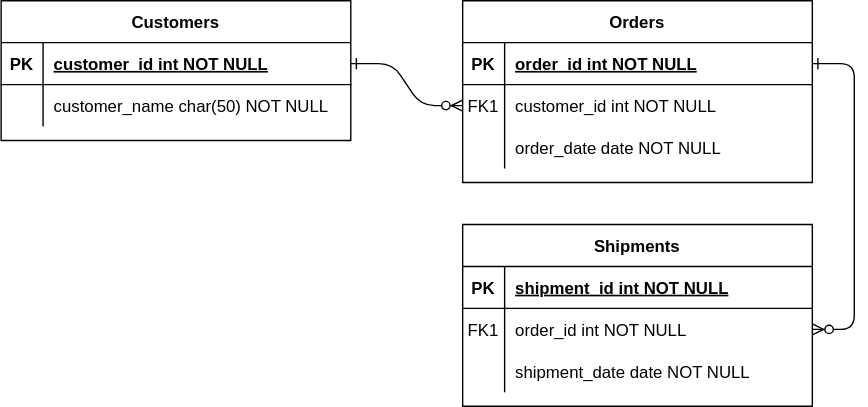
andrei-gavrila/DDB keeps this draw.io diagram as docs/diagrams/erd.drawio.svg. Above is the earlier version. Source tidied: cells renumbered, new cells last; positions are measured from the earlier drawing's top-left corner, leaving out a move shared by most shapes. The source it was exported from:
```xml
<mxGraphModel>
  <root>
    <mxCell id="0" />
    <mxCell id="1" parent="0" />
    <mxCell id="2" style="edgeStyle=entityRelationEdgeStyle;endArrow=ERzeroToMany;startArrow=ERone;endFill=1;startFill=0;" parent="1" edge="1" source="25" target="8">
      <mxGeometry relative="1" as="geometry" />
    </mxCell>
    <mxCell id="3" style="edgeStyle=entityRelationEdgeStyle;endArrow=ERzeroToMany;startArrow=ERone;endFill=1;startFill=0;" parent="1" edge="1" source="5" target="18">
      <mxGeometry relative="1" as="geometry" />
    </mxCell>
    <mxCell id="4" value="Orders" style="shape=table;startSize=30;rowLines=0;fontStyle=1;align=center;" parent="1" vertex="1">
      <mxGeometry x="330" width="250" height="130" as="geometry" />
    </mxCell>
    <mxCell id="5" style="shape=partialRectangle;fillColor=none;points=[[0,0.5],[1,0.5]];portConstraint=eastwest;top=0;left=0;right=0;bottom=1;" parent="4" vertex="1">
      <mxGeometry y="30" width="250" height="30" as="geometry" />
    </mxCell>
    <mxCell id="6" value="PK" style="shape=partialRectangle;overflow=hidden;fillColor=none;top=0;left=0;bottom=0;right=0;fontStyle=1;" parent="5" vertex="1">
      <mxGeometry width="30" height="30" as="geometry" />
    </mxCell>
    <mxCell id="7" value="order_id int NOT NULL " style="shape=partialRectangle;overflow=hidden;fillColor=none;top=0;left=0;bottom=0;right=0;align=left;spacingLeft=6;fontStyle=5;" parent="5" vertex="1">
      <mxGeometry x="30" width="220" height="30" as="geometry" />
    </mxCell>
    <mxCell id="8" style="shape=partialRectangle;fillColor=none;points=[[0,0.5],[1,0.5]];portConstraint=eastwest;top=0;left=0;right=0;bottom=0;" parent="4" vertex="1">
      <mxGeometry y="60" width="250" height="30" as="geometry" />
    </mxCell>
    <mxCell id="9" value="FK1" style="shape=partialRectangle;overflow=hidden;fillColor=none;top=0;left=0;bottom=0;right=0;" parent="8" vertex="1">
      <mxGeometry width="30" height="30" as="geometry" />
    </mxCell>
    <mxCell id="10" value="customer_id int NOT NULL" style="shape=partialRectangle;overflow=hidden;fillColor=none;top=0;left=0;bottom=0;right=0;align=left;spacingLeft=6;" parent="8" vertex="1">
      <mxGeometry x="30" width="220" height="30" as="geometry" />
    </mxCell>
    <mxCell id="11" style="shape=partialRectangle;fillColor=none;top=0;left=0;right=0;bottom=0;" parent="4" vertex="1">
      <mxGeometry y="90" width="250" height="30" as="geometry" />
    </mxCell>
    <mxCell id="12" style="shape=partialRectangle;overflow=hidden;fillColor=none;top=0;left=0;bottom=0;right=0;" parent="11" vertex="1">
      <mxGeometry width="30" height="30" as="geometry" />
    </mxCell>
    <mxCell id="13" value="order_date date NOT NULL" style="shape=partialRectangle;overflow=hidden;fillColor=none;top=0;left=0;bottom=0;right=0;align=left;spacingLeft=6;" parent="11" vertex="1">
      <mxGeometry x="30" width="220" height="30" as="geometry" />
    </mxCell>
    <mxCell id="14" value="Shipments" style="shape=table;startSize=30;rowLines=0;fontStyle=1;align=center;" parent="1" vertex="1">
      <mxGeometry x="330" y="160" width="250" height="130" as="geometry" />
    </mxCell>
    <mxCell id="15" style="shape=partialRectangle;fillColor=none;top=0;left=0;right=0;bottom=1;" parent="14" vertex="1">
      <mxGeometry y="30" width="250" height="30" as="geometry" />
    </mxCell>
    <mxCell id="16" value="PK" style="shape=partialRectangle;overflow=hidden;fillColor=none;top=0;left=0;bottom=0;right=0;fontStyle=1;" parent="15" vertex="1">
      <mxGeometry width="30" height="30" as="geometry" />
    </mxCell>
    <mxCell id="17" value="shipment_id int NOT NULL " style="shape=partialRectangle;overflow=hidden;fillColor=none;top=0;left=0;bottom=0;right=0;align=left;spacingLeft=6;fontStyle=5;" parent="15" vertex="1">
      <mxGeometry x="30" width="220" height="30" as="geometry" />
    </mxCell>
    <mxCell id="18" style="shape=partialRectangle;fillColor=none;points=[[0,0.5],[1,0.5]];portConstraint=eastwest;top=0;left=0;right=0;bottom=0;" parent="14" vertex="1">
      <mxGeometry y="60" width="250" height="30" as="geometry" />
    </mxCell>
    <mxCell id="19" value="FK1" style="shape=partialRectangle;overflow=hidden;fillColor=none;top=0;left=0;bottom=0;right=0;" parent="18" vertex="1">
      <mxGeometry width="30" height="30" as="geometry" />
    </mxCell>
    <mxCell id="20" value="order_id int NOT NULL" style="shape=partialRectangle;overflow=hidden;fillColor=none;top=0;left=0;bottom=0;right=0;align=left;spacingLeft=6;" parent="18" vertex="1">
      <mxGeometry x="30" width="220" height="30" as="geometry" />
    </mxCell>
    <mxCell id="21" style="shape=partialRectangle;fillColor=none;top=0;left=0;right=0;bottom=0;" parent="14" vertex="1">
      <mxGeometry y="90" width="250" height="30" as="geometry" />
    </mxCell>
    <mxCell id="22" style="shape=partialRectangle;overflow=hidden;fillColor=none;top=0;left=0;bottom=0;right=0;" parent="21" vertex="1">
      <mxGeometry width="30" height="30" as="geometry" />
    </mxCell>
    <mxCell id="23" value="shipment_date date NOT NULL" style="shape=partialRectangle;overflow=hidden;fillColor=none;top=0;left=0;bottom=0;right=0;align=left;spacingLeft=6;" parent="21" vertex="1">
      <mxGeometry x="30" width="220" height="30" as="geometry" />
    </mxCell>
    <mxCell id="24" value="Customers" style="shape=table;startSize=30;rowLines=0;fontStyle=1;align=center;" parent="1" vertex="1">
      <mxGeometry width="250" height="100" as="geometry" />
    </mxCell>
    <mxCell id="25" style="shape=partialRectangle;fillColor=none;points=[[0,0.5],[1,0.5]];portConstraint=eastwest;top=0;left=0;right=0;bottom=1;" parent="24" vertex="1">
      <mxGeometry y="30" width="250" height="30" as="geometry" />
    </mxCell>
    <mxCell id="26" value="PK" style="shape=partialRectangle;overflow=hidden;fillColor=none;top=0;left=0;bottom=0;right=0;fontStyle=1;" parent="25" vertex="1">
      <mxGeometry width="30" height="30" as="geometry" />
    </mxCell>
    <mxCell id="27" value="customer_id int NOT NULL " style="shape=partialRectangle;overflow=hidden;fillColor=none;top=0;left=0;bottom=0;right=0;align=left;spacingLeft=6;fontStyle=5;" parent="25" vertex="1">
      <mxGeometry x="30" width="220" height="30" as="geometry" />
    </mxCell>
    <mxCell id="28" style="shape=partialRectangle;fillColor=none;top=0;left=0;right=0;bottom=0;" parent="24" vertex="1">
      <mxGeometry y="60" width="250" height="30" as="geometry" />
    </mxCell>
    <mxCell id="29" style="shape=partialRectangle;overflow=hidden;fillColor=none;top=0;left=0;bottom=0;right=0;" parent="28" vertex="1">
      <mxGeometry width="30" height="30" as="geometry" />
    </mxCell>
    <mxCell id="30" value="customer_name char(50) NOT NULL" style="shape=partialRectangle;overflow=hidden;fillColor=none;top=0;left=0;bottom=0;right=0;align=left;spacingLeft=6;" parent="28" vertex="1">
      <mxGeometry x="30" width="220" height="30" as="geometry" />
    </mxCell>
  </root>
</mxGraphModel>
```
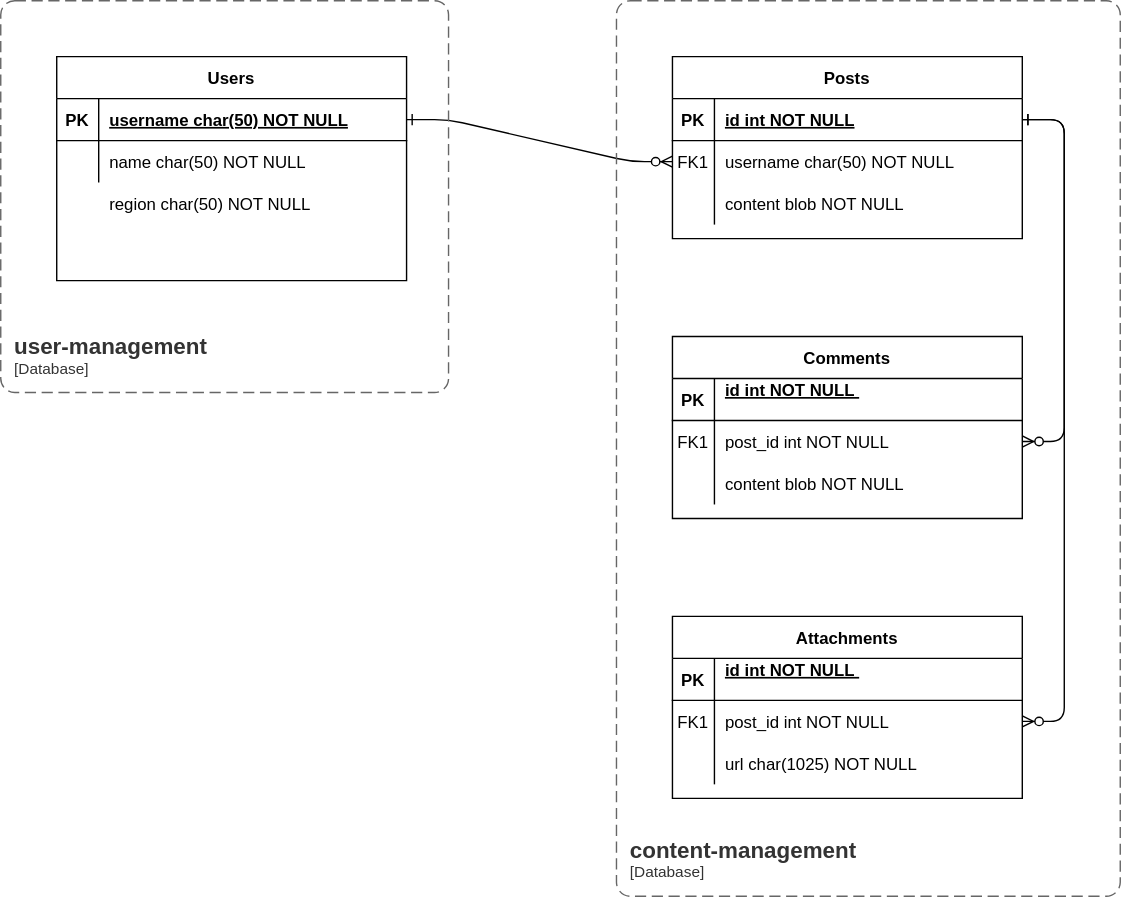
The same diagram one commit later.

Change to the diagram source:
```diff
@@ -8,8 +8,8 @@
     <mxCell id="3" style="edgeStyle=entityRelationEdgeStyle;endArrow=ERzeroToMany;startArrow=ERone;endFill=1;startFill=0;" parent="1" edge="1" source="5" target="18">
       <mxGeometry relative="1" as="geometry" />
     </mxCell>
-    <mxCell id="4" value="Orders" style="shape=table;startSize=30;rowLines=0;fontStyle=1;align=center;" parent="1" vertex="1">
-      <mxGeometry x="330" width="250" height="130" as="geometry" />
+    <mxCell id="4" value="Posts" style="shape=table;startSize=30;rowLines=0;fontStyle=1;align=center;" parent="1" vertex="1">
+      <mxGeometry x="400" y="-40" width="250" height="130" as="geometry" />
     </mxCell>
     <mxCell id="5" style="shape=partialRectangle;fillColor=none;points=[[0,0.5],[1,0.5]];portConstraint=eastwest;top=0;left=0;right=0;bottom=1;" parent="4" vertex="1">
       <mxGeometry y="30" width="250" height="30" as="geometry" />
@@ -17,7 +17,7 @@
     <mxCell id="6" value="PK" style="shape=partialRectangle;overflow=hidden;fillColor=none;top=0;left=0;bottom=0;right=0;fontStyle=1;" parent="5" vertex="1">
       <mxGeometry width="30" height="30" as="geometry" />
     </mxCell>
-    <mxCell id="7" value="order_id int NOT NULL " style="shape=partialRectangle;overflow=hidden;fillColor=none;top=0;left=0;bottom=0;right=0;align=left;spacingLeft=6;fontStyle=5;" parent="5" vertex="1">
+    <mxCell id="7" value="id int NOT NULL " style="shape=partialRectangle;overflow=hidden;fillColor=none;top=0;left=0;bottom=0;right=0;align=left;spacingLeft=6;fontStyle=5;" parent="5" vertex="1">
       <mxGeometry x="30" width="220" height="30" as="geometry" />
     </mxCell>
     <mxCell id="8" style="shape=partialRectangle;fillColor=none;points=[[0,0.5],[1,0.5]];portConstraint=eastwest;top=0;left=0;right=0;bottom=0;" parent="4" vertex="1">
@@ -26,7 +26,7 @@
     <mxCell id="9" value="FK1" style="shape=partialRectangle;overflow=hidden;fillColor=none;top=0;left=0;bottom=0;right=0;" parent="8" vertex="1">
       <mxGeometry width="30" height="30" as="geometry" />
     </mxCell>
-    <mxCell id="10" value="customer_id int NOT NULL" style="shape=partialRectangle;overflow=hidden;fillColor=none;top=0;left=0;bottom=0;right=0;align=left;spacingLeft=6;" parent="8" vertex="1">
+    <mxCell id="10" value="username char(50) NOT NULL" style="shape=partialRectangle;overflow=hidden;fillColor=none;top=0;left=0;bottom=0;right=0;align=left;spacingLeft=6;" parent="8" vertex="1">
       <mxGeometry x="30" width="220" height="30" as="geometry" />
     </mxCell>
     <mxCell id="11" style="shape=partialRectangle;fillColor=none;top=0;left=0;right=0;bottom=0;" parent="4" vertex="1">
@@ -35,11 +35,11 @@
     <mxCell id="12" style="shape=partialRectangle;overflow=hidden;fillColor=none;top=0;left=0;bottom=0;right=0;" parent="11" vertex="1">
       <mxGeometry width="30" height="30" as="geometry" />
     </mxCell>
-    <mxCell id="13" value="order_date date NOT NULL" style="shape=partialRectangle;overflow=hidden;fillColor=none;top=0;left=0;bottom=0;right=0;align=left;spacingLeft=6;" parent="11" vertex="1">
+    <mxCell id="13" value="content blob NOT NULL" style="shape=partialRectangle;overflow=hidden;fillColor=none;top=0;left=0;bottom=0;right=0;align=left;spacingLeft=6;" parent="11" vertex="1">
       <mxGeometry x="30" width="220" height="30" as="geometry" />
     </mxCell>
-    <mxCell id="14" value="Shipments" style="shape=table;startSize=30;rowLines=0;fontStyle=1;align=center;" parent="1" vertex="1">
-      <mxGeometry x="330" y="160" width="250" height="130" as="geometry" />
+    <mxCell id="14" value="Comments" style="shape=table;startSize=30;rowLines=0;fontStyle=1;align=center;" parent="1" vertex="1">
+      <mxGeometry x="400" y="160" width="250" height="130" as="geometry" />
     </mxCell>
     <mxCell id="15" style="shape=partialRectangle;fillColor=none;top=0;left=0;right=0;bottom=1;" parent="14" vertex="1">
       <mxGeometry y="30" width="250" height="30" as="geometry" />
@@ -47,7 +47,7 @@
     <mxCell id="16" value="PK" style="shape=partialRectangle;overflow=hidden;fillColor=none;top=0;left=0;bottom=0;right=0;fontStyle=1;" parent="15" vertex="1">
       <mxGeometry width="30" height="30" as="geometry" />
     </mxCell>
-    <mxCell id="17" value="shipment_id int NOT NULL " style="shape=partialRectangle;overflow=hidden;fillColor=none;top=0;left=0;bottom=0;right=0;align=left;spacingLeft=6;fontStyle=5;" parent="15" vertex="1">
+    <mxCell id="17" value="id int NOT NULL &#10;" style="shape=partialRectangle;overflow=hidden;fillColor=none;top=0;left=0;bottom=0;right=0;align=left;spacingLeft=6;fontStyle=5;" parent="15" vertex="1">
       <mxGeometry x="30" width="220" height="30" as="geometry" />
     </mxCell>
     <mxCell id="18" style="shape=partialRectangle;fillColor=none;points=[[0,0.5],[1,0.5]];portConstraint=eastwest;top=0;left=0;right=0;bottom=0;" parent="14" vertex="1">
@@ -56,7 +56,7 @@
     <mxCell id="19" value="FK1" style="shape=partialRectangle;overflow=hidden;fillColor=none;top=0;left=0;bottom=0;right=0;" parent="18" vertex="1">
       <mxGeometry width="30" height="30" as="geometry" />
     </mxCell>
-    <mxCell id="20" value="order_id int NOT NULL" style="shape=partialRectangle;overflow=hidden;fillColor=none;top=0;left=0;bottom=0;right=0;align=left;spacingLeft=6;" parent="18" vertex="1">
+    <mxCell id="20" value="post_id int NOT NULL" style="shape=partialRectangle;overflow=hidden;fillColor=none;top=0;left=0;bottom=0;right=0;align=left;spacingLeft=6;" parent="18" vertex="1">
       <mxGeometry x="30" width="220" height="30" as="geometry" />
     </mxCell>
     <mxCell id="21" style="shape=partialRectangle;fillColor=none;top=0;left=0;right=0;bottom=0;" parent="14" vertex="1">
@@ -65,11 +65,11 @@
     <mxCell id="22" style="shape=partialRectangle;overflow=hidden;fillColor=none;top=0;left=0;bottom=0;right=0;" parent="21" vertex="1">
       <mxGeometry width="30" height="30" as="geometry" />
     </mxCell>
-    <mxCell id="23" value="shipment_date date NOT NULL" style="shape=partialRectangle;overflow=hidden;fillColor=none;top=0;left=0;bottom=0;right=0;align=left;spacingLeft=6;" parent="21" vertex="1">
+    <mxCell id="23" value="content blob NOT NULL" style="shape=partialRectangle;overflow=hidden;fillColor=none;top=0;left=0;bottom=0;right=0;align=left;spacingLeft=6;" parent="21" vertex="1">
       <mxGeometry x="30" width="220" height="30" as="geometry" />
     </mxCell>
-    <mxCell id="24" value="Customers" style="shape=table;startSize=30;rowLines=0;fontStyle=1;align=center;" parent="1" vertex="1">
-      <mxGeometry width="250" height="100" as="geometry" />
+    <mxCell id="24" value="Users" style="shape=table;startSize=30;rowLines=0;fontStyle=1;align=center;" parent="1" vertex="1">
+      <mxGeometry x="-40" y="-40" width="250" height="160" as="geometry" />
     </mxCell>
     <mxCell id="25" style="shape=partialRectangle;fillColor=none;points=[[0,0.5],[1,0.5]];portConstraint=eastwest;top=0;left=0;right=0;bottom=1;" parent="24" vertex="1">
       <mxGeometry y="30" width="250" height="30" as="geometry" />
@@ -77,7 +77,7 @@
     <mxCell id="26" value="PK" style="shape=partialRectangle;overflow=hidden;fillColor=none;top=0;left=0;bottom=0;right=0;fontStyle=1;" parent="25" vertex="1">
       <mxGeometry width="30" height="30" as="geometry" />
     </mxCell>
-    <mxCell id="27" value="customer_id int NOT NULL " style="shape=partialRectangle;overflow=hidden;fillColor=none;top=0;left=0;bottom=0;right=0;align=left;spacingLeft=6;fontStyle=5;" parent="25" vertex="1">
+    <mxCell id="27" value="username char(50) NOT NULL " style="shape=partialRectangle;overflow=hidden;fillColor=none;top=0;left=0;bottom=0;right=0;align=left;spacingLeft=6;fontStyle=5;" parent="25" vertex="1">
       <mxGeometry x="30" width="220" height="30" as="geometry" />
     </mxCell>
     <mxCell id="28" style="shape=partialRectangle;fillColor=none;top=0;left=0;right=0;bottom=0;" parent="24" vertex="1">
@@ -86,8 +86,65 @@
     <mxCell id="29" style="shape=partialRectangle;overflow=hidden;fillColor=none;top=0;left=0;bottom=0;right=0;" parent="28" vertex="1">
       <mxGeometry width="30" height="30" as="geometry" />
     </mxCell>
-    <mxCell id="30" value="customer_name char(50) NOT NULL" style="shape=partialRectangle;overflow=hidden;fillColor=none;top=0;left=0;bottom=0;right=0;align=left;spacingLeft=6;" parent="28" vertex="1">
+    <mxCell id="30" value="name char(50) NOT NULL" style="shape=partialRectangle;overflow=hidden;fillColor=none;top=0;left=0;bottom=0;right=0;align=left;spacingLeft=6;" parent="28" vertex="1">
       <mxGeometry x="30" width="220" height="30" as="geometry" />
     </mxCell>
+    <mxCell id="31" style="shape=partialRectangle;fillColor=none;top=0;left=0;right=0;bottom=0;" parent="1" vertex="1">
+      <mxGeometry x="-40" y="50" width="250" height="30" as="geometry" />
+    </mxCell>
+    <mxCell id="32" style="shape=partialRectangle;overflow=hidden;fillColor=none;top=0;left=0;bottom=0;right=0;" parent="31" vertex="1">
+      <mxGeometry width="30" height="30" as="geometry" />
+    </mxCell>
+    <mxCell id="33" value="region char(50) NOT NULL" style="shape=partialRectangle;overflow=hidden;fillColor=none;top=0;left=0;bottom=0;right=0;align=left;spacingLeft=6;" parent="31" vertex="1">
+      <mxGeometry x="30" width="220" height="30" as="geometry" />
+    </mxCell>
+    <mxCell id="34" value="Attachments" style="shape=table;startSize=30;rowLines=0;fontStyle=1;align=center;" parent="1" vertex="1">
+      <mxGeometry x="400" y="360" width="250" height="130" as="geometry" />
+    </mxCell>
+    <mxCell id="35" style="shape=partialRectangle;fillColor=none;top=0;left=0;right=0;bottom=1;" parent="34" vertex="1">
+      <mxGeometry y="30" width="250" height="30" as="geometry" />
+    </mxCell>
+    <mxCell id="36" value="PK" style="shape=partialRectangle;overflow=hidden;fillColor=none;top=0;left=0;bottom=0;right=0;fontStyle=1;" parent="35" vertex="1">
+      <mxGeometry width="30" height="30" as="geometry" />
+    </mxCell>
+    <mxCell id="37" value="id int NOT NULL &#10;" style="shape=partialRectangle;overflow=hidden;fillColor=none;top=0;left=0;bottom=0;right=0;align=left;spacingLeft=6;fontStyle=5;" parent="35" vertex="1">
+      <mxGeometry x="30" width="220" height="30" as="geometry" />
+    </mxCell>
+    <mxCell id="38" style="shape=partialRectangle;fillColor=none;points=[[0,0.5],[1,0.5]];portConstraint=eastwest;top=0;left=0;right=0;bottom=0;" parent="34" vertex="1">
+      <mxGeometry y="60" width="250" height="30" as="geometry" />
+    </mxCell>
+    <mxCell id="39" value="FK1" style="shape=partialRectangle;overflow=hidden;fillColor=none;top=0;left=0;bottom=0;right=0;" parent="38" vertex="1">
+      <mxGeometry width="30" height="30" as="geometry" />
+    </mxCell>
+    <mxCell id="40" value="post_id int NOT NULL" style="shape=partialRectangle;overflow=hidden;fillColor=none;top=0;left=0;bottom=0;right=0;align=left;spacingLeft=6;" parent="38" vertex="1">
+      <mxGeometry x="30" width="220" height="30" as="geometry" />
+    </mxCell>
+    <mxCell id="41" style="shape=partialRectangle;fillColor=none;top=0;left=0;right=0;bottom=0;" parent="34" vertex="1">
+      <mxGeometry y="90" width="250" height="30" as="geometry" />
+    </mxCell>
+    <mxCell id="42" style="shape=partialRectangle;overflow=hidden;fillColor=none;top=0;left=0;bottom=0;right=0;" parent="41" vertex="1">
+      <mxGeometry width="30" height="30" as="geometry" />
+    </mxCell>
+    <mxCell id="43" value="url char(1025) NOT NULL" style="shape=partialRectangle;overflow=hidden;fillColor=none;top=0;left=0;bottom=0;right=0;align=left;spacingLeft=6;" parent="41" vertex="1">
+      <mxGeometry x="30" width="220" height="30" as="geometry" />
+    </mxCell>
+    <mxCell id="44" style="edgeStyle=entityRelationEdgeStyle;endArrow=ERzeroToMany;startArrow=ERone;endFill=1;startFill=0;entryX=1;entryY=0.5;entryDx=0;entryDy=0;exitX=1;exitY=0.5;exitDx=0;exitDy=0;" parent="1" edge="1" source="5" target="38">
+      <mxGeometry relative="1" as="geometry">
+        <Array as="points">
+          <mxPoint x="800" y="215" />
+          <mxPoint x="800" y="215" />
+        </Array>
+      </mxGeometry>
+    </mxCell>
+    <object id="45" label="&lt;font style=&quot;font-size: 16px&quot;&gt;&lt;b&gt;&lt;div style=&quot;text-align: left&quot;&gt;%c4Name%&lt;/div&gt;&lt;/b&gt;&lt;/font&gt;&lt;div style=&quot;text-align: left&quot;&gt;[%c4Application%]&lt;/div&gt;" c4Application="Database" c4Name="user-management" c4Type="SystemScopeBoundary" placeholders="1">
+      <mxCell style="rounded=1;fontSize=11;whiteSpace=wrap;html=1;dashed=1;arcSize=20;fillColor=none;strokeColor=#666666;fontColor=#333333;labelBackgroundColor=none;align=left;verticalAlign=bottom;labelBorderColor=none;spacingTop=0;spacing=10;dashPattern=8 4;perimeter=rectanglePerimeter;noLabel=0;labelPadding=0;absoluteArcSize=1;" parent="1" vertex="1">
+        <mxGeometry x="-80" y="-80" width="320" height="280" as="geometry" />
+      </mxCell>
+    </object>
+    <object id="46" label="&lt;font style=&quot;font-size: 16px&quot;&gt;&lt;b&gt;&lt;div style=&quot;text-align: left&quot;&gt;%c4Name%&lt;/div&gt;&lt;/b&gt;&lt;/font&gt;&lt;div style=&quot;text-align: left&quot;&gt;[%c4Application%]&lt;/div&gt;" c4Application="Database" c4Name="content-management" c4Type="SystemScopeBoundary" placeholders="1">
+      <mxCell style="rounded=1;fontSize=11;whiteSpace=wrap;html=1;dashed=1;arcSize=20;fillColor=none;strokeColor=#666666;fontColor=#333333;labelBackgroundColor=none;align=left;verticalAlign=bottom;labelBorderColor=none;spacingTop=0;spacing=10;dashPattern=8 4;perimeter=rectanglePerimeter;noLabel=0;labelPadding=0;absoluteArcSize=1;" parent="1" vertex="1">
+        <mxGeometry x="360" y="-80" width="360" height="640" as="geometry" />
+      </mxCell>
+    </object>
   </root>
 </mxGraphModel>
```
